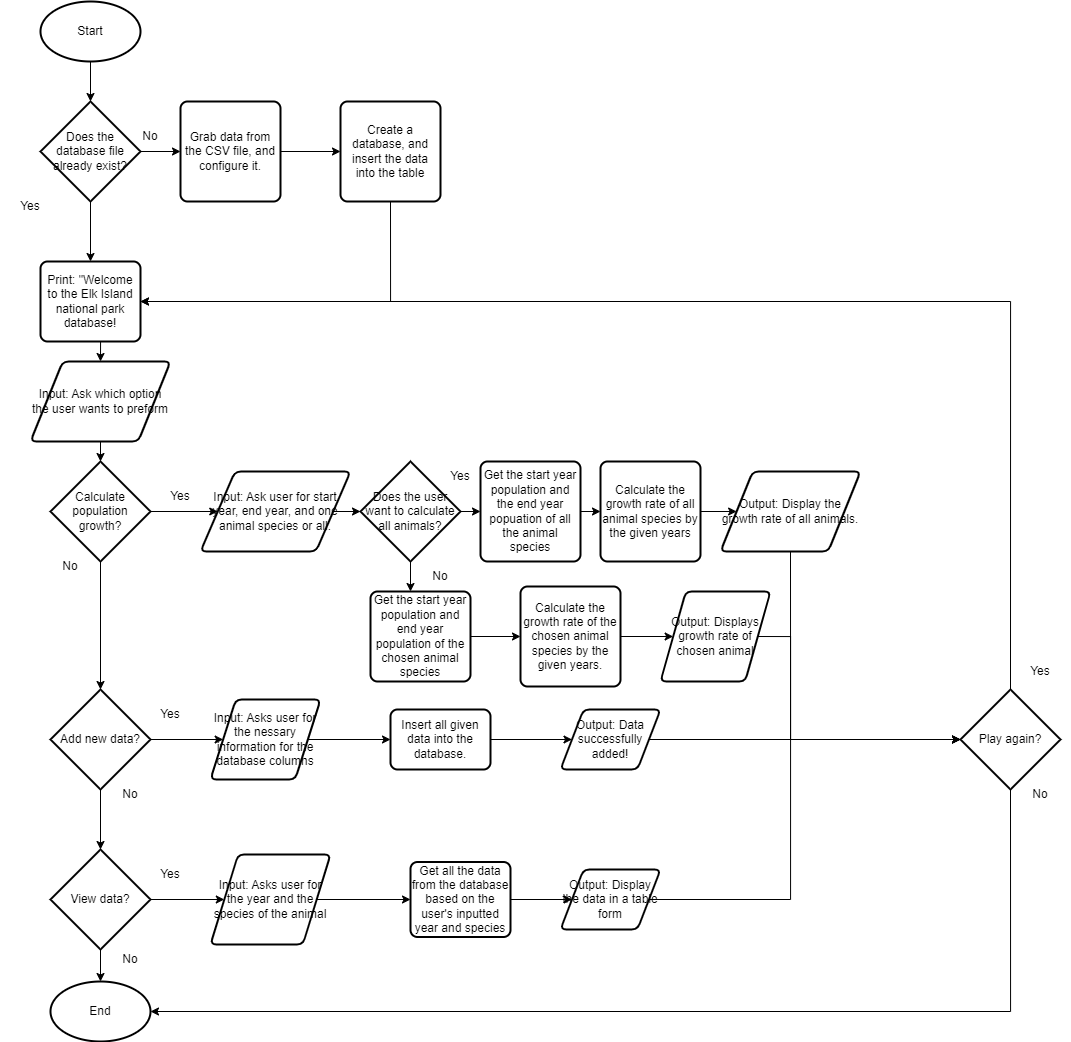
Above: CSE-2130-Project.drawio.png in seanxjin/CSE-2130-Project (draw.io), before the change. Source tidied: cells renumbered, new cells last; positions are measured from the earlier drawing's top-left corner, leaving out a move shared by most shapes.
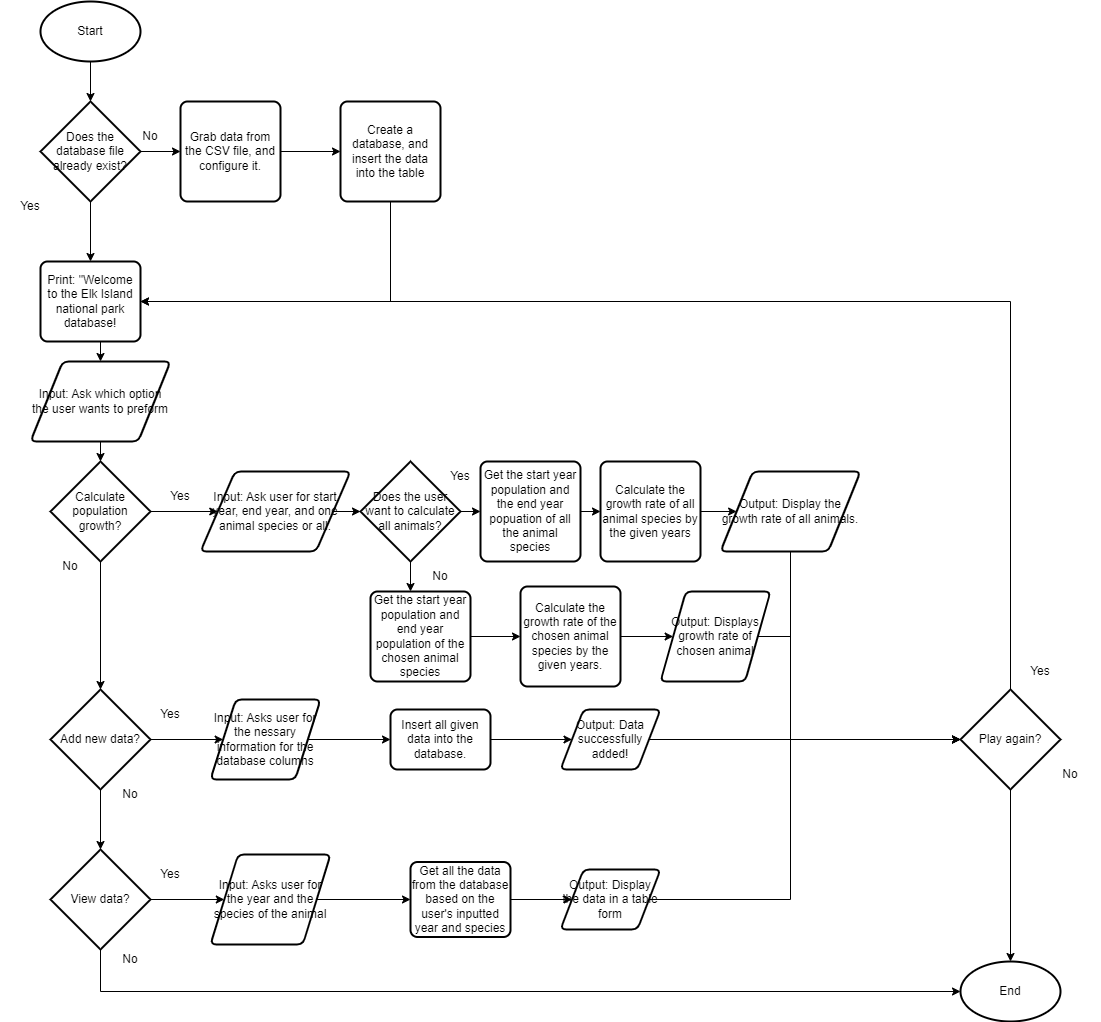
Above is the later version.

Change to the diagram source:
```diff
@@ -97,12 +97,12 @@
     <mxCell id="32" value="Yes" style="text;html=1;strokeColor=none;fillColor=none;align=center;verticalAlign=middle;whiteSpace=wrap;rounded=0;" parent="1" vertex="1">
       <mxGeometry x="150" y="480" width="60" height="30" as="geometry" />
     </mxCell>
+    <mxCell id="34" style="edgeStyle=orthogonalEdgeStyle;rounded=0;jettySize=auto;html=1;exitX=0.5;exitY=0;exitDx=0;exitDy=0;exitPerimeter=0;entryX=1;entryY=0.5;entryDx=0;entryDy=0;" parent="1" edge="1" source="35" target="14">
+      <mxGeometry relative="1" as="geometry" />
+    </mxCell>
-    <mxCell id="33" style="edgeStyle=orthogonalEdgeStyle;rounded=0;jettySize=auto;html=1;exitX=0.5;exitY=1;exitDx=0;exitDy=0;exitPerimeter=0;entryX=1;entryY=0.5;entryDx=0;entryDy=0;entryPerimeter=0;" parent="1" edge="1" source="35" target="65">
+    <mxCell id="33" style="edgeStyle=orthogonalEdgeStyle;rounded=0;jettySize=auto;html=1;exitX=0.5;exitY=1;exitDx=0;exitDy=0;exitPerimeter=0;entryX=0.5;entryY=0;entryDx=0;entryDy=0;entryPerimeter=0;" parent="1" edge="1" source="35" target="65">
       <mxGeometry relative="1" as="geometry" />
     </mxCell>
-    <mxCell id="34" style="edgeStyle=orthogonalEdgeStyle;rounded=0;jettySize=auto;html=1;exitX=0.5;exitY=0;exitDx=0;exitDy=0;exitPerimeter=0;entryX=1;entryY=0.5;entryDx=0;entryDy=0;" parent="1" edge="1" source="35" target="14">
-      <mxGeometry relative="1" as="geometry" />
-    </mxCell>
     <mxCell id="35" value="Play again?" style="strokeWidth=2;html=1;shape=mxgraph.flowchart.decision;whiteSpace=wrap;" parent="1" vertex="1">
       <mxGeometry x="960" y="688" width="100" height="100" as="geometry" />
     </mxCell>
@@ -168,7 +168,7 @@
     <mxCell id="54" style="edgeStyle=orthogonalEdgeStyle;rounded=0;jettySize=auto;html=1;exitX=1;exitY=0.5;exitDx=0;exitDy=0;exitPerimeter=0;" parent="1" edge="1" source="56" target="60">
       <mxGeometry relative="1" as="geometry" />
     </mxCell>
-    <mxCell id="55" style="edgeStyle=orthogonalEdgeStyle;rounded=0;jettySize=auto;html=1;exitX=0.5;exitY=1;exitDx=0;exitDy=0;exitPerimeter=0;entryX=0.5;entryY=0;entryDx=0;entryDy=0;entryPerimeter=0;" parent="1" edge="1" source="56" target="65">
+    <mxCell id="55" style="edgeStyle=orthogonalEdgeStyle;rounded=0;jettySize=auto;html=1;exitX=0.5;exitY=1;exitDx=0;exitDy=0;exitPerimeter=0;entryX=0;entryY=0.5;entryDx=0;entryDy=0;entryPerimeter=0;" parent="1" edge="1" source="56" target="65">
       <mxGeometry relative="1" as="geometry" />
     </mxCell>
     <mxCell id="56" value="View data?" style="strokeWidth=2;html=1;shape=mxgraph.flowchart.decision;whiteSpace=wrap;" parent="1" vertex="1">
@@ -204,13 +204,13 @@
       <mxGeometry x="560" y="868" width="100" height="60" as="geometry" />
     </mxCell>
     <mxCell id="65" value="End" style="strokeWidth=2;html=1;shape=mxgraph.flowchart.start_1;whiteSpace=wrap;" parent="1" vertex="1">
-      <mxGeometry x="50" y="980" width="100" height="60" as="geometry" />
+      <mxGeometry x="960" y="960" width="100" height="60" as="geometry" />
     </mxCell>
     <mxCell id="66" value="No" style="text;html=1;strokeColor=none;fillColor=none;align=center;verticalAlign=middle;whiteSpace=wrap;rounded=0;" parent="1" vertex="1">
       <mxGeometry x="100" y="943" width="60" height="30" as="geometry" />
     </mxCell>
     <mxCell id="67" value="No" style="text;html=1;strokeColor=none;fillColor=none;align=center;verticalAlign=middle;whiteSpace=wrap;rounded=0;" parent="1" vertex="1">
-      <mxGeometry x="1010" y="778" width="60" height="30" as="geometry" />
+      <mxGeometry x="1040" y="758" width="60" height="30" as="geometry" />
     </mxCell>
     <mxCell id="68" value="Yes" style="text;html=1;strokeColor=none;fillColor=none;align=center;verticalAlign=middle;whiteSpace=wrap;rounded=0;" parent="1" vertex="1">
       <mxGeometry x="1010" y="655" width="60" height="30" as="geometry" />
```
